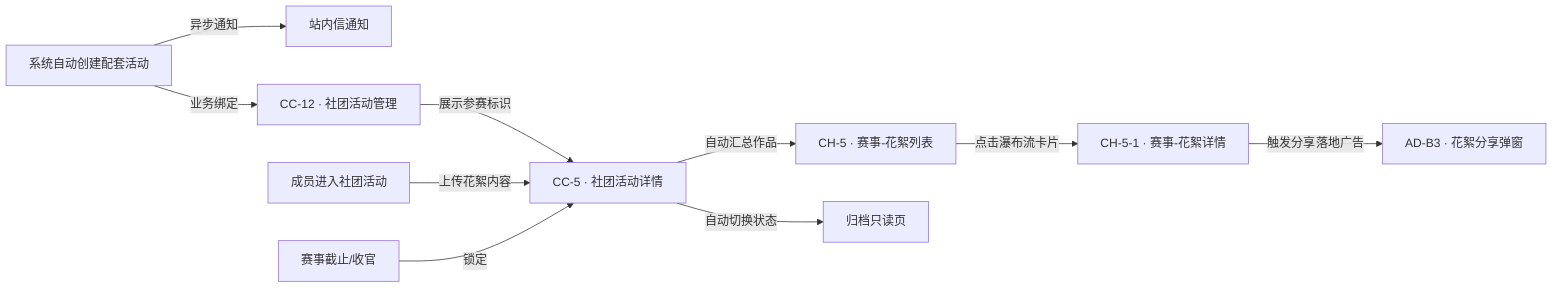
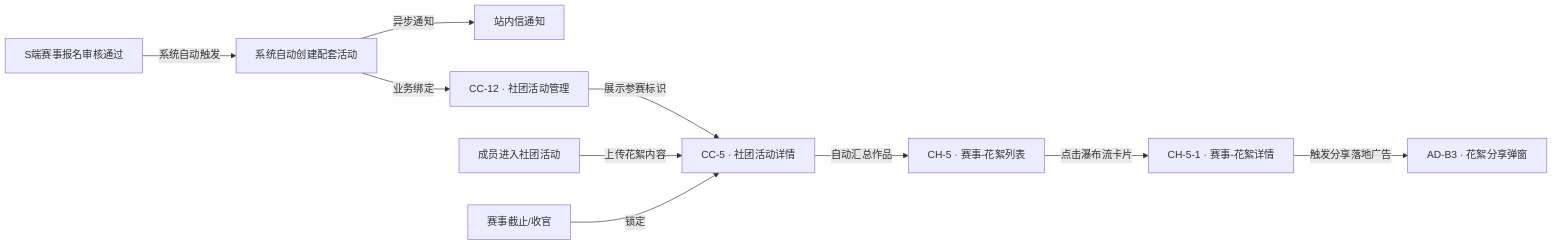
graph LR
-     B[系统自动创建配套活动] -- 异步通知 --> C[站内信通知]
+     A[S端赛事报名审核通过] -- 系统自动触发 --> B[系统自动创建配套活动]
+     B -- 异步通知 --> C[站内信通知]
    B -- 业务绑定 --> D[CC-12 · 社团活动管理]
    D -- 展示参赛标识 --> E[CC-5 · 社团活动详情]

    F[成员进入社团活动] -- 上传花絮内容 --> E
    E -- 自动汇总作品 --> G[CH-5 · 赛事-花絮列表]
    G -- 点击瀑布流卡片 --> H[CH-5-1 · 赛事-花絮详情]
    H -- 触发分享落地广告 --> I[AD-B3 · 花絮分享弹窗]

    J[赛事截止/收官] -- 锁定 --> E
-     E -- 自动切换状态 --> K[归档只读页]
